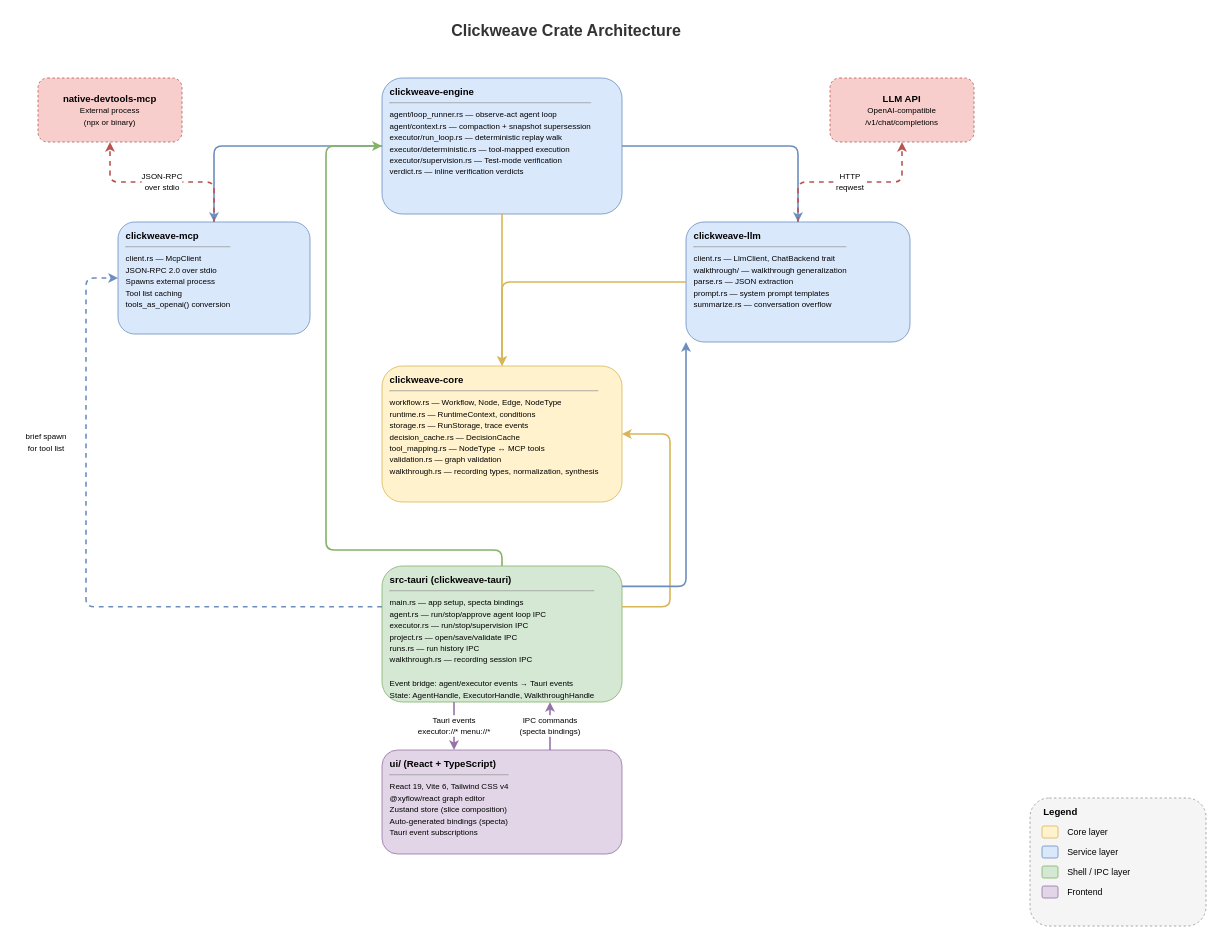
Above: docs/concepts/architecture/crate-architecture.drawio in vectora-foundry/clickweave (draw.io), before the change. Source tidied: cells renumbered, new cells numbered last; positions are measured from the earlier drawing's top-left corner, leaving out a move shared by most shapes. Both pictures are drawn from the tidied source at 80%, with x=0, y=0 at pixel (14, 14).
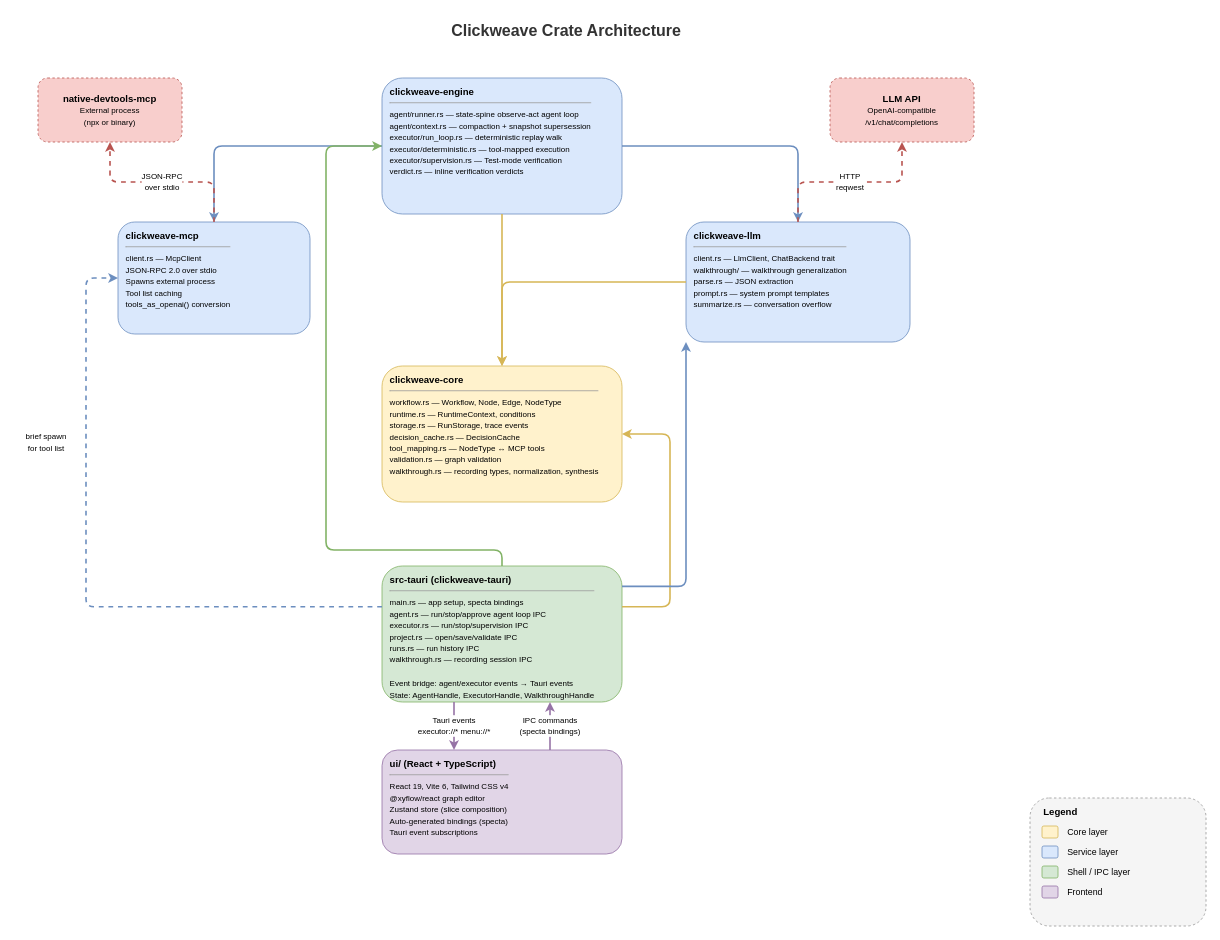
The same page after the edit.

Commit message (it also covers changes not shown here):
chore(agent): tombstone-audit cleanup for state-spine cutover

What changed in the source:
```diff
@@
-    <mxCell id="16" value="&lt;b&gt;clickweave-engine&lt;/b&gt;&lt;hr size=&quot;1&quot;&gt;&lt;font style=&quot;font-size:10px&quot;&gt;agent/loop_runner.rs &amp;mdash; observe-act agent loop&lt;br&gt;agent/context.rs &amp;mdash; compaction + snapshot supersession&lt;br&gt;executor/run_loop.rs &amp;mdash; deterministic replay walk&lt;br&gt;executor/deterministic.rs &amp;mdash; tool-mapped execution&lt;br&gt;executor/supervision.rs &amp;mdash; Test-mode verification&lt;br&gt;verdict.rs &amp;mdash; inline verification verdicts&lt;/font&gt;" style="html=1;rounded=1;whiteSpace=wrap;fillColor=#dae8fc;strokeColor=#6c8ebf;align=left;verticalAlign=top;spacingLeft=8;spacingTop=4;spacingRight=8;fontSize=12;" parent="1" vertex="1">
+    <mxCell id="16" value="&lt;b&gt;clickweave-engine&lt;/b&gt;&lt;hr size=&quot;1&quot;&gt;&lt;font style=&quot;font-size:10px&quot;&gt;agent/runner.rs &amp;mdash; state-spine observe-act agent loop&lt;br&gt;agent/context.rs &amp;mdash; compaction + snapshot supersession&lt;br&gt;executor/run_loop.rs &amp;mdash; deterministic replay walk&lt;br&gt;executor/deterministic.rs &amp;mdash; tool-mapped execution&lt;br&gt;executor/supervision.rs &amp;mdash; Test-mode verification&lt;br&gt;verdict.rs &amp;mdash; inline verification verdicts&lt;/font&gt;" style="html=1;rounded=1;whiteSpace=wrap;fillColor=#dae8fc;strokeColor=#6c8ebf;align=left;verticalAlign=top;spacingLeft=8;spacingTop=4;spacingRight=8;fontSize=12;" parent="1" vertex="1">
       <mxGeometry x="460" y="80" width="300" height="170" as="geometry" />
     </mxCell>
```
